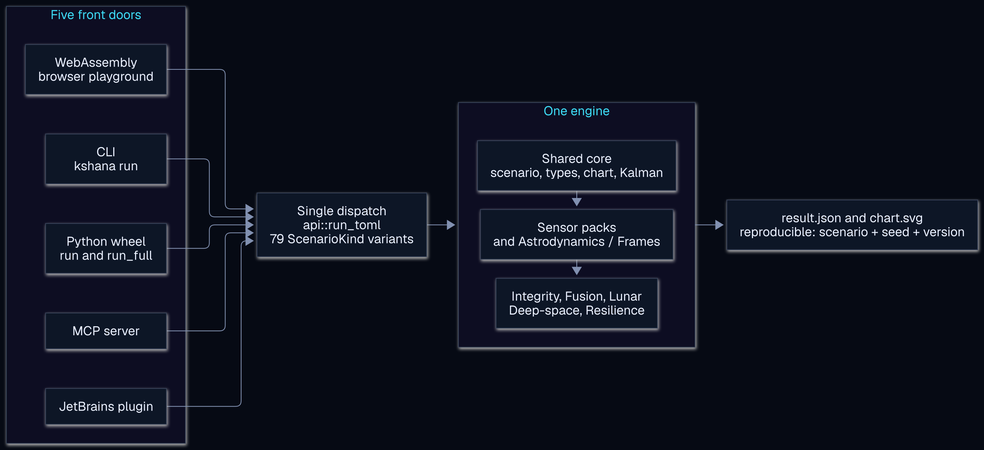
Earlier version of the Mermaid export docs/assets/diagrams/system-overview.png (ashfordeOU/kshana). Its source is kept beside it as docs/diagrams/system-overview.mmd.
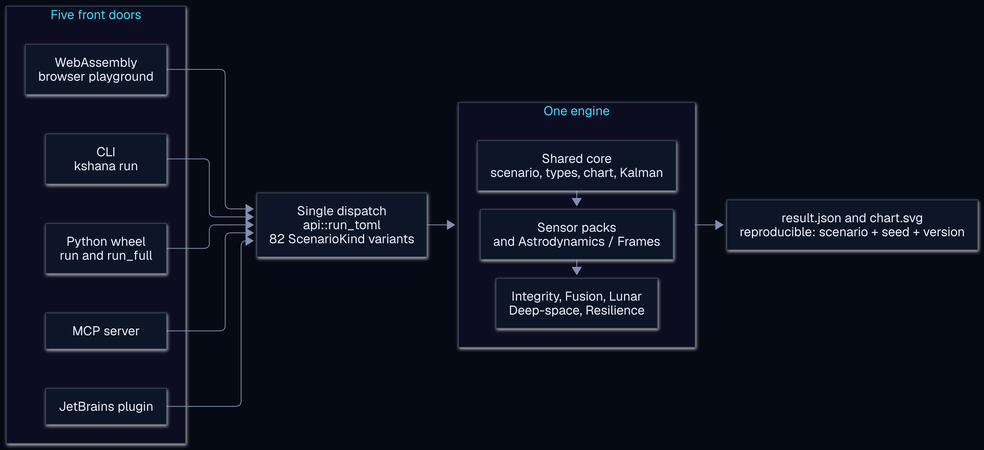
Above is the later version.

The edit, as a diff of the source:
```diff
@@ -8,7 +8,7 @@
         IDE[JetBrains plugin]
     end
 
-    DISPATCH[Single dispatch<br/>api::run_toml<br/>79 ScenarioKind variants]
+    DISPATCH[Single dispatch<br/>api::run_toml<br/>82 ScenarioKind variants]
 
     subgraph ENGINE[One engine]
         direction TB
```
